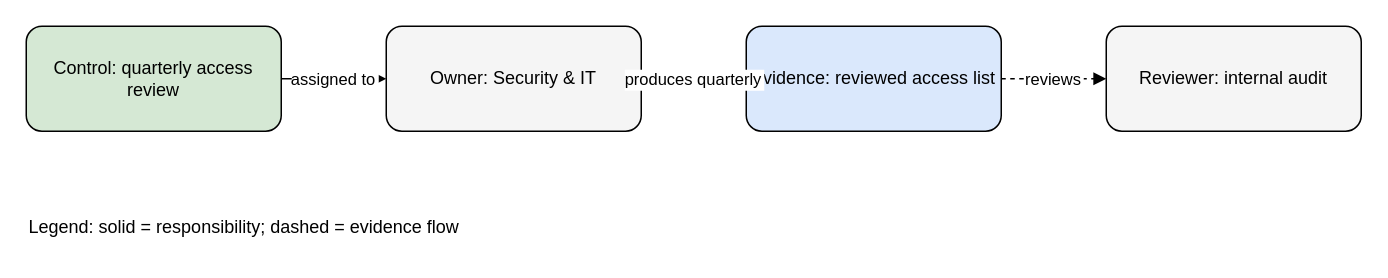
Before: plugins/grc-diagrams/examples/control-evidence-flow.drawio in GRCEngClub/claude-grc-engineering, a draw.io diagram. Source tidied: cells renumbered, new cells numbered last; positions are measured from the earlier drawing's top-left corner, leaving out a move shared by most shapes. Both pictures are drawn from the tidied source at 150%, with x=0, y=0 at pixel (26, 26).
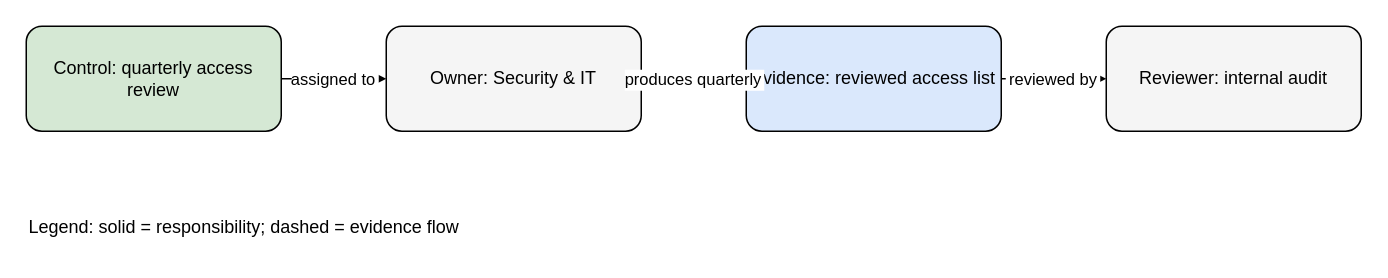
Above is the later version.

Commit message (it also covers changes not shown here):
fix(grc-diagrams): correct review flow and validate example in CI

Diff of the diagram source:
```diff
@@
 <mxGraphModel>
   <root>
     <mxCell id="0" />
     <mxCell id="1" parent="0" />
     <mxCell id="2" value="Control: quarterly access review" style="rounded=1;whiteSpace=wrap;html=0;fillColor=#d5e8d4;" parent="1" vertex="1">
       <mxGeometry width="170" height="70" as="geometry" />
     </mxCell>
     <mxCell id="3" value="Owner: Security &amp; IT" style="rounded=1;whiteSpace=wrap;html=0;fillColor=#f5f5f5;" parent="1" vertex="1">
       <mxGeometry x="240" width="170" height="70" as="geometry" />
     </mxCell>
     <mxCell id="4" value="Evidence: reviewed access list" style="rounded=1;whiteSpace=wrap;html=0;fillColor=#dae8fc;" parent="1" vertex="1">
       <mxGeometry x="480" width="170" height="70" as="geometry" />
     </mxCell>
     <mxCell id="5" value="Reviewer: internal audit" style="rounded=1;whiteSpace=wrap;html=0;fillColor=#f5f5f5;" parent="1" vertex="1">
       <mxGeometry x="720" width="170" height="70" as="geometry" />
     </mxCell>
     <mxCell id="6" value="assigned to" style="edgeStyle=orthogonalEdgeStyle;endArrow=block;html=0;" parent="1" edge="1" source="2" target="3">
       <mxGeometry relative="1" as="geometry" />
     </mxCell>
     <mxCell id="7" value="produces quarterly" style="edgeStyle=orthogonalEdgeStyle;endArrow=block;dashed=1;html=0;" parent="1" edge="1" source="3" target="4">
       <mxGeometry relative="1" as="geometry" />
     </mxCell>
-    <mxCell id="8" value="reviews" style="edgeStyle=orthogonalEdgeStyle;endArrow=block;dashed=1;html=0;" parent="1" edge="1" source="4" target="5">
+    <mxCell id="8" value="reviewed by" style="edgeStyle=orthogonalEdgeStyle;endArrow=block;dashed=1;html=0;" parent="1" edge="1" source="4" target="5">
       <mxGeometry relative="1" as="geometry" />
     </mxCell>
     <mxCell id="9" value="Legend: solid = responsibility; dashed = evidence flow" style="text;whiteSpace=wrap;html=0;" parent="1" vertex="1">
       <mxGeometry y="120" width="500" height="30" as="geometry" />
     </mxCell>
   </root>
 </mxGraphModel>
```
